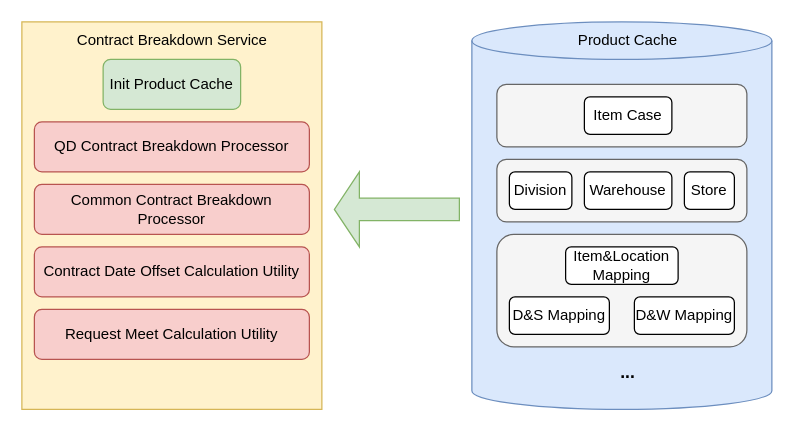
The draw.io diagram contractbreakdownsequence.drawio in dajin-kingland/UMLdiagrams, before the edit. Source tidied: cells renumbered, new cells numbered last; positions are measured from the earlier drawing's top-left corner, leaving out a move shared by most shapes. Both pictures are drawn from the tidied source at 125%, with x=0, y=0 at pixel (21, 21).
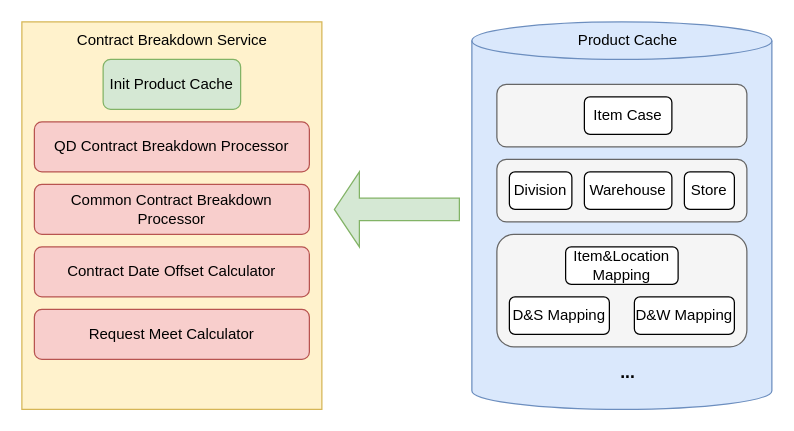
The same diagram, later.

The edit, as a diff of the source:
```diff
@@
-    <mxCell id="20" value="Contract Date Offset Calculation Utility" style="rounded=1;whiteSpace=wrap;html=1;fillColor=#f8cecc;strokeColor=#b85450;" parent="1" vertex="1">
+    <mxCell id="20" value="Contract Date Offset Calculator" style="rounded=1;whiteSpace=wrap;html=1;fillColor=#f8cecc;strokeColor=#b85450;" parent="1" vertex="1">
       <mxGeometry x="10" y="180" width="220" height="40" as="geometry" />
     </mxCell>
-    <mxCell id="21" value="Request Meet Calculation Utility" style="rounded=1;whiteSpace=wrap;html=1;fillColor=#f8cecc;strokeColor=#b85450;" parent="1" vertex="1">
+    <mxCell id="21" value="Request Meet Calculator" style="rounded=1;whiteSpace=wrap;html=1;fillColor=#f8cecc;strokeColor=#b85450;" parent="1" vertex="1">
       <mxGeometry x="10" y="230" width="220" height="40" as="geometry" />
     </mxCell>
```
